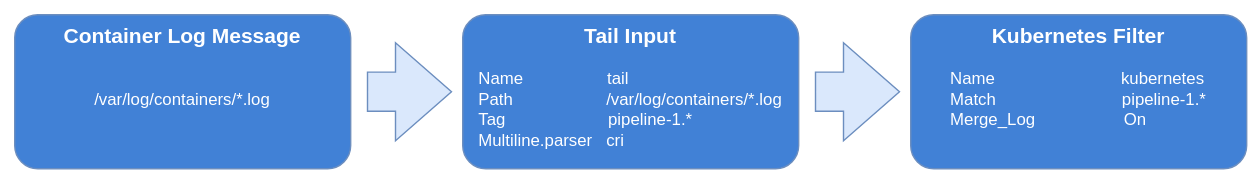
This is docs/user/assets/logs-fluentbit-flow.drawio.svg from kyma-project/telemetry-manager, a draw.io export, as it was before one commit. Source tidied: cells renumbered, new cells last; positions are measured from the earlier drawing's top-left corner, leaving out a move shared by most shapes. The source it was exported from:
```xml
<mxGraphModel>
  <root>
    <mxCell id="0" />
    <mxCell id="1" parent="0" />
    <mxCell id="2" style="rounded=0;whiteSpace=wrap;html=1;strokeColor=none;fillColor=#FFFFFF;" parent="1" vertex="1">
      <mxGeometry width="900" height="130" as="geometry" />
    </mxCell>
    <mxCell id="3" value="&lt;font color=&quot;#ffffff&quot; style=&quot;font-size: 12px;&quot;&gt;&lt;span style=&quot;font-size: 15px;&quot;&gt;&lt;b&gt;Kubernetes Filter&lt;/b&gt;&lt;/span&gt;&lt;br&gt;&lt;br&gt;&lt;div style=&quot;text-align: left;&quot;&gt;&lt;span style=&quot;&quot;&gt;Name&amp;nbsp; &amp;nbsp; &amp;nbsp; &amp;nbsp; &amp;nbsp; &amp;nbsp; &amp;nbsp; &amp;nbsp; &amp;nbsp; &amp;nbsp; &amp;nbsp; &amp;nbsp; &amp;nbsp; &amp;nbsp;kubernetes&lt;/span&gt;&lt;/div&gt;&lt;div style=&quot;text-align: left;&quot;&gt;&lt;span style=&quot;&quot;&gt;Match&amp;nbsp; &amp;nbsp; &amp;nbsp; &amp;nbsp; &amp;nbsp; &amp;nbsp; &amp;nbsp; &amp;nbsp; &amp;nbsp; &amp;nbsp; &amp;nbsp; &amp;nbsp; &amp;nbsp; &amp;nbsp;pipeline-1.*&lt;/span&gt;&lt;/div&gt;&lt;div style=&quot;text-align: left;&quot;&gt;&lt;span style=&quot;&quot;&gt;Merge_Log&amp;nbsp; &amp;nbsp; &amp;nbsp; &amp;nbsp; &amp;nbsp; &amp;nbsp; &amp;nbsp; &amp;nbsp; &amp;nbsp; &amp;nbsp;On&lt;/span&gt;&lt;/div&gt;&lt;/font&gt;" style="rounded=1;whiteSpace=wrap;html=1;strokeColor=#6c8ebf;fillColor=#4181D6;verticalAlign=top;" parent="1" vertex="1">
      <mxGeometry x="650" y="10" width="240" height="110" as="geometry" />
    </mxCell>
    <mxCell id="4" value="&lt;font color=&quot;#ffffff&quot; style=&quot;font-size: 12px;&quot;&gt;&lt;span style=&quot;font-size: 15px;&quot;&gt;&lt;b&gt;Tail Input&lt;br&gt;&lt;/b&gt;&lt;/span&gt;&lt;br&gt;&lt;div style=&quot;text-align: left;&quot;&gt;&lt;span style=&quot;&quot;&gt;Name&amp;nbsp; &amp;nbsp; &amp;nbsp; &amp;nbsp; &amp;nbsp; &amp;nbsp; &amp;nbsp; &amp;nbsp; &amp;nbsp; tail&lt;/span&gt;&lt;/div&gt;&lt;div style=&quot;text-align: left;&quot;&gt;&lt;span style=&quot;&quot;&gt;Path&amp;nbsp; &amp;nbsp; &amp;nbsp; &amp;nbsp; &amp;nbsp; &amp;nbsp; &amp;nbsp; &amp;nbsp; &amp;nbsp; &amp;nbsp;&amp;nbsp;&lt;/span&gt;&lt;span style=&quot;background-color: initial;&quot;&gt;/var/log/containers/*.log&lt;/span&gt;&lt;/div&gt;&lt;div style=&quot;text-align: left;&quot;&gt;&lt;span style=&quot;background-color: initial;&quot;&gt;Tag&amp;nbsp; &amp;nbsp; &amp;nbsp; &amp;nbsp; &amp;nbsp; &amp;nbsp; &amp;nbsp; &amp;nbsp; &amp;nbsp; &amp;nbsp; &amp;nbsp; pipeline-1.*&lt;/span&gt;&lt;/div&gt;&lt;div style=&quot;text-align: left;&quot;&gt;&lt;span style=&quot;background-color: initial;&quot;&gt;Multiline.parser&amp;nbsp; &amp;nbsp;cri&lt;/span&gt;&lt;/div&gt;&lt;div style=&quot;text-align: left;&quot;&gt;&lt;span style=&quot;background-color: initial;&quot;&gt;&lt;br&gt;&lt;/span&gt;&lt;/div&gt;&lt;/font&gt;" style="rounded=1;whiteSpace=wrap;html=1;strokeColor=#6c8ebf;fillColor=#4181D6;verticalAlign=top;" parent="1" vertex="1">
      <mxGeometry x="330" y="10" width="240" height="110" as="geometry" />
    </mxCell>
    <mxCell id="5" style="html=1;shadow=0;dashed=0;align=center;verticalAlign=middle;shape=mxgraph.arrows2.arrow;dy=0.6;dx=40;notch=0;fillColor=#dae8fc;strokeColor=#6c8ebf;fontStyle=1;" parent="1" vertex="1">
      <mxGeometry x="262" y="30" width="60" height="70" as="geometry" />
    </mxCell>
    <mxCell id="6" value="&lt;font color=&quot;#ffffff&quot; style=&quot;&quot;&gt;&lt;span style=&quot;font-size: 15px;&quot;&gt;&lt;b&gt;Container Log Message&lt;br&gt;&lt;/b&gt;&lt;/span&gt;&lt;br&gt;&lt;br&gt;/var/log/containers/*.log&lt;br&gt;&lt;br&gt;&lt;br&gt;&lt;br&gt;&lt;/font&gt;" style="rounded=1;whiteSpace=wrap;html=1;strokeColor=#6c8ebf;fillColor=#4181D6;verticalAlign=top;" parent="1" vertex="1">
      <mxGeometry x="10" y="10" width="240" height="110" as="geometry" />
    </mxCell>
    <mxCell id="7" style="html=1;shadow=0;dashed=0;align=center;verticalAlign=middle;shape=mxgraph.arrows2.arrow;dy=0.6;dx=40;notch=0;fillColor=#dae8fc;strokeColor=#6c8ebf;" parent="1" vertex="1">
      <mxGeometry x="582" y="30" width="60" height="70" as="geometry" />
    </mxCell>
  </root>
</mxGraphModel>
```
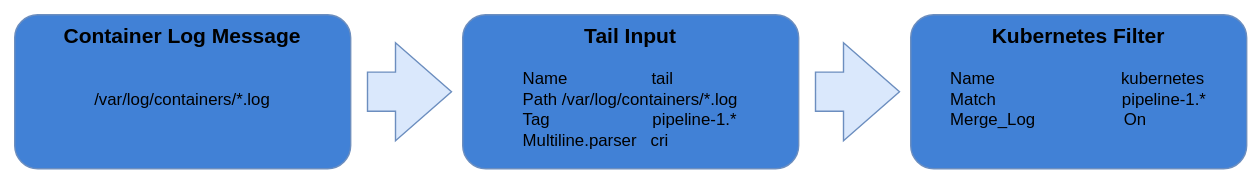
Later version of the same file.

Change to the diagram source:
```diff
@@ -5,16 +5,16 @@
     <mxCell id="2" style="rounded=0;whiteSpace=wrap;html=1;strokeColor=none;fillColor=#FFFFFF;" parent="1" vertex="1">
       <mxGeometry width="900" height="130" as="geometry" />
     </mxCell>
-    <mxCell id="3" value="&lt;font color=&quot;#ffffff&quot; style=&quot;font-size: 12px;&quot;&gt;&lt;span style=&quot;font-size: 15px;&quot;&gt;&lt;b&gt;Kubernetes Filter&lt;/b&gt;&lt;/span&gt;&lt;br&gt;&lt;br&gt;&lt;div style=&quot;text-align: left;&quot;&gt;&lt;span style=&quot;&quot;&gt;Name&amp;nbsp; &amp;nbsp; &amp;nbsp; &amp;nbsp; &amp;nbsp; &amp;nbsp; &amp;nbsp; &amp;nbsp; &amp;nbsp; &amp;nbsp; &amp;nbsp; &amp;nbsp; &amp;nbsp; &amp;nbsp;kubernetes&lt;/span&gt;&lt;/div&gt;&lt;div style=&quot;text-align: left;&quot;&gt;&lt;span style=&quot;&quot;&gt;Match&amp;nbsp; &amp;nbsp; &amp;nbsp; &amp;nbsp; &amp;nbsp; &amp;nbsp; &amp;nbsp; &amp;nbsp; &amp;nbsp; &amp;nbsp; &amp;nbsp; &amp;nbsp; &amp;nbsp; &amp;nbsp;pipeline-1.*&lt;/span&gt;&lt;/div&gt;&lt;div style=&quot;text-align: left;&quot;&gt;&lt;span style=&quot;&quot;&gt;Merge_Log&amp;nbsp; &amp;nbsp; &amp;nbsp; &amp;nbsp; &amp;nbsp; &amp;nbsp; &amp;nbsp; &amp;nbsp; &amp;nbsp; &amp;nbsp;On&lt;/span&gt;&lt;/div&gt;&lt;/font&gt;" style="rounded=1;whiteSpace=wrap;html=1;strokeColor=#6c8ebf;fillColor=#4181D6;verticalAlign=top;" parent="1" vertex="1">
+    <mxCell id="3" value="&lt;font style=&quot;font-size: 12px;&quot;&gt;&lt;span style=&quot;font-size: 15px;&quot;&gt;&lt;b&gt;Kubernetes Filter&lt;/b&gt;&lt;/span&gt;&lt;br&gt;&lt;br&gt;&lt;div style=&quot;text-align: left;&quot;&gt;&lt;span style=&quot;&quot;&gt;Name&amp;nbsp; &amp;nbsp; &amp;nbsp; &amp;nbsp; &amp;nbsp; &amp;nbsp; &amp;nbsp; &amp;nbsp; &amp;nbsp; &amp;nbsp; &amp;nbsp; &amp;nbsp; &amp;nbsp; &amp;nbsp;kubernetes&lt;/span&gt;&lt;/div&gt;&lt;div style=&quot;text-align: left;&quot;&gt;&lt;span style=&quot;&quot;&gt;Match&amp;nbsp; &amp;nbsp; &amp;nbsp; &amp;nbsp; &amp;nbsp; &amp;nbsp; &amp;nbsp; &amp;nbsp; &amp;nbsp; &amp;nbsp; &amp;nbsp; &amp;nbsp; &amp;nbsp; &amp;nbsp;pipeline-1.*&lt;/span&gt;&lt;/div&gt;&lt;div style=&quot;text-align: left;&quot;&gt;&lt;span style=&quot;&quot;&gt;Merge_Log&amp;nbsp; &amp;nbsp; &amp;nbsp; &amp;nbsp; &amp;nbsp; &amp;nbsp; &amp;nbsp; &amp;nbsp; &amp;nbsp; &amp;nbsp;On&lt;/span&gt;&lt;/div&gt;&lt;/font&gt;" style="rounded=1;whiteSpace=wrap;html=1;strokeColor=#6c8ebf;fillColor=#4181D6;verticalAlign=top;fontColor=#000000;" parent="1" vertex="1">
       <mxGeometry x="650" y="10" width="240" height="110" as="geometry" />
     </mxCell>
-    <mxCell id="4" value="&lt;font color=&quot;#ffffff&quot; style=&quot;font-size: 12px;&quot;&gt;&lt;span style=&quot;font-size: 15px;&quot;&gt;&lt;b&gt;Tail Input&lt;br&gt;&lt;/b&gt;&lt;/span&gt;&lt;br&gt;&lt;div style=&quot;text-align: left;&quot;&gt;&lt;span style=&quot;&quot;&gt;Name&amp;nbsp; &amp;nbsp; &amp;nbsp; &amp;nbsp; &amp;nbsp; &amp;nbsp; &amp;nbsp; &amp;nbsp; &amp;nbsp; tail&lt;/span&gt;&lt;/div&gt;&lt;div style=&quot;text-align: left;&quot;&gt;&lt;span style=&quot;&quot;&gt;Path&amp;nbsp; &amp;nbsp; &amp;nbsp; &amp;nbsp; &amp;nbsp; &amp;nbsp; &amp;nbsp; &amp;nbsp; &amp;nbsp; &amp;nbsp;&amp;nbsp;&lt;/span&gt;&lt;span style=&quot;background-color: initial;&quot;&gt;/var/log/containers/*.log&lt;/span&gt;&lt;/div&gt;&lt;div style=&quot;text-align: left;&quot;&gt;&lt;span style=&quot;background-color: initial;&quot;&gt;Tag&amp;nbsp; &amp;nbsp; &amp;nbsp; &amp;nbsp; &amp;nbsp; &amp;nbsp; &amp;nbsp; &amp;nbsp; &amp;nbsp; &amp;nbsp; &amp;nbsp; pipeline-1.*&lt;/span&gt;&lt;/div&gt;&lt;div style=&quot;text-align: left;&quot;&gt;&lt;span style=&quot;background-color: initial;&quot;&gt;Multiline.parser&amp;nbsp; &amp;nbsp;cri&lt;/span&gt;&lt;/div&gt;&lt;div style=&quot;text-align: left;&quot;&gt;&lt;span style=&quot;background-color: initial;&quot;&gt;&lt;br&gt;&lt;/span&gt;&lt;/div&gt;&lt;/font&gt;" style="rounded=1;whiteSpace=wrap;html=1;strokeColor=#6c8ebf;fillColor=#4181D6;verticalAlign=top;" parent="1" vertex="1">
+    <mxCell id="4" value="&lt;font style=&quot;font-size: 12px;&quot;&gt;&lt;span style=&quot;font-size: 15px;&quot;&gt;&lt;b&gt;Tail Input&lt;br&gt;&lt;/b&gt;&lt;/span&gt;&lt;br&gt;&lt;div style=&quot;text-align: left;&quot;&gt;&lt;span style=&quot;&quot;&gt;Name&amp;nbsp; &amp;nbsp; &amp;nbsp; &amp;nbsp; &amp;nbsp; &amp;nbsp; &amp;nbsp; &amp;nbsp; &amp;nbsp; tail&lt;/span&gt;&lt;/div&gt;&lt;div style=&quot;text-align: left;&quot;&gt;&lt;span style=&quot;&quot;&gt;Path&amp;nbsp; &amp;nbsp; &amp;nbsp; &amp;nbsp; &amp;nbsp; &amp;nbsp; &amp;nbsp; &amp;nbsp; &amp;nbsp; &amp;nbsp;&amp;nbsp;&lt;/span&gt;&lt;span style=&quot;background-color: initial;&quot;&gt;/var/log/containers/*.log&lt;/span&gt;&lt;/div&gt;&lt;div style=&quot;text-align: left;&quot;&gt;&lt;span style=&quot;background-color: initial;&quot;&gt;Tag&amp;nbsp; &amp;nbsp; &amp;nbsp; &amp;nbsp; &amp;nbsp; &amp;nbsp; &amp;nbsp; &amp;nbsp; &amp;nbsp; &amp;nbsp; &amp;nbsp; pipeline-1.*&lt;/span&gt;&lt;/div&gt;&lt;div style=&quot;text-align: left;&quot;&gt;&lt;span style=&quot;background-color: initial;&quot;&gt;Multiline.parser&amp;nbsp; &amp;nbsp;cri&lt;/span&gt;&lt;/div&gt;&lt;div style=&quot;text-align: left;&quot;&gt;&lt;span style=&quot;background-color: initial;&quot;&gt;&lt;br&gt;&lt;/span&gt;&lt;/div&gt;&lt;/font&gt;" style="rounded=1;whiteSpace=wrap;html=1;strokeColor=#6c8ebf;fillColor=#4181D6;verticalAlign=top;fontColor=#000000;" parent="1" vertex="1">
       <mxGeometry x="330" y="10" width="240" height="110" as="geometry" />
     </mxCell>
     <mxCell id="5" style="html=1;shadow=0;dashed=0;align=center;verticalAlign=middle;shape=mxgraph.arrows2.arrow;dy=0.6;dx=40;notch=0;fillColor=#dae8fc;strokeColor=#6c8ebf;fontStyle=1;" parent="1" vertex="1">
       <mxGeometry x="262" y="30" width="60" height="70" as="geometry" />
     </mxCell>
-    <mxCell id="6" value="&lt;font color=&quot;#ffffff&quot; style=&quot;&quot;&gt;&lt;span style=&quot;font-size: 15px;&quot;&gt;&lt;b&gt;Container Log Message&lt;br&gt;&lt;/b&gt;&lt;/span&gt;&lt;br&gt;&lt;br&gt;/var/log/containers/*.log&lt;br&gt;&lt;br&gt;&lt;br&gt;&lt;br&gt;&lt;/font&gt;" style="rounded=1;whiteSpace=wrap;html=1;strokeColor=#6c8ebf;fillColor=#4181D6;verticalAlign=top;" parent="1" vertex="1">
+    <mxCell id="6" value="&lt;font&gt;&lt;span style=&quot;font-size: 15px;&quot;&gt;&lt;b&gt;Container Log Message&lt;br&gt;&lt;/b&gt;&lt;/span&gt;&lt;br&gt;&lt;br&gt;&lt;font style=&quot;&quot;&gt;/var/log/containers/*.log&lt;br&gt;&lt;/font&gt;&lt;br&gt;&lt;br&gt;&lt;br&gt;&lt;/font&gt;" style="rounded=1;whiteSpace=wrap;html=1;strokeColor=#6c8ebf;fillColor=#4181D6;verticalAlign=top;fontColor=#000000;" parent="1" vertex="1">
       <mxGeometry x="10" y="10" width="240" height="110" as="geometry" />
     </mxCell>
     <mxCell id="7" style="html=1;shadow=0;dashed=0;align=center;verticalAlign=middle;shape=mxgraph.arrows2.arrow;dy=0.6;dx=40;notch=0;fillColor=#dae8fc;strokeColor=#6c8ebf;" parent="1" vertex="1">
```
